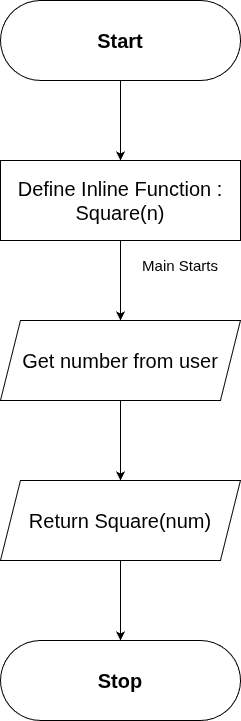
Above: ImplementInline/FlowchartInlineFn.drawio.png in VIGNESHWAR2058/Record-3-and-4 (draw.io), before the change. Source tidied: cells renumbered, new cells last; positions are measured from the earlier drawing's top-left corner, leaving out a move shared by most shapes.
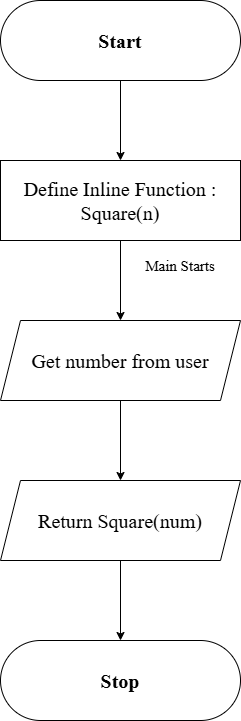
After the commit.

What changed in the source:
```diff
@@ -2,49 +2,49 @@
   <root>
     <mxCell id="0" />
     <mxCell id="1" parent="0" />
-    <mxCell id="2" style="rounded=1;whiteSpace=wrap;html=1;arcSize=50;fontStyle=1;" parent="1" vertex="1">
+    <mxCell id="2" style="rounded=1;whiteSpace=wrap;html=1;arcSize=50;fontStyle=1;fontFamily=Times New Roman;" parent="1" vertex="1">
       <mxGeometry width="240" height="80" as="geometry" />
     </mxCell>
-    <mxCell id="3" style="edgeStyle=orthogonalEdgeStyle;rounded=0;jettySize=auto;html=1;" parent="1" edge="1" source="4" target="7">
+    <mxCell id="3" style="edgeStyle=orthogonalEdgeStyle;rounded=0;jettySize=auto;html=1;fontFamily=Times New Roman;" parent="1" edge="1" source="4" target="7">
       <mxGeometry relative="1" as="geometry" />
     </mxCell>
-    <mxCell id="4" value="&lt;span&gt;Start&lt;/span&gt;" style="text;html=1;whiteSpace=wrap;strokeColor=none;fillColor=none;align=center;verticalAlign=middle;rounded=0;fontSize=20;fontStyle=1;" parent="1" vertex="1">
+    <mxCell id="4" value="&lt;span&gt;Start&lt;/span&gt;" style="text;html=1;whiteSpace=wrap;strokeColor=none;fillColor=none;align=center;verticalAlign=middle;rounded=0;fontSize=20;fontStyle=1;fontFamily=Times New Roman;" parent="1" vertex="1">
       <mxGeometry width="240" height="80" as="geometry" />
     </mxCell>
-    <mxCell id="5" style="rounded=0;whiteSpace=wrap;html=1;fontStyle=1;" parent="1" vertex="1">
+    <mxCell id="5" style="rounded=0;whiteSpace=wrap;html=1;fontStyle=1;fontFamily=Times New Roman;" parent="1" vertex="1">
       <mxGeometry y="160" width="240" height="80" as="geometry" />
     </mxCell>
-    <mxCell id="6" style="edgeStyle=orthogonalEdgeStyle;rounded=0;jettySize=auto;html=1;" parent="1" edge="1" source="7" target="11">
+    <mxCell id="6" style="edgeStyle=orthogonalEdgeStyle;rounded=0;jettySize=auto;html=1;fontFamily=Times New Roman;" parent="1" edge="1" source="7" target="11">
       <mxGeometry relative="1" as="geometry" />
     </mxCell>
-    <mxCell id="7" value="&lt;span style=&quot;font-weight: 400;&quot;&gt;Define Inline Function : Square(n)&lt;/span&gt;" style="text;html=1;whiteSpace=wrap;strokeColor=none;fillColor=none;align=center;verticalAlign=middle;rounded=0;fontSize=20;fontStyle=1;" parent="1" vertex="1">
+    <mxCell id="7" value="&lt;span style=&quot;font-weight: 400;&quot;&gt;Define Inline Function : Square(n)&lt;/span&gt;" style="text;html=1;whiteSpace=wrap;strokeColor=none;fillColor=none;align=center;verticalAlign=middle;rounded=0;fontSize=20;fontStyle=1;fontFamily=Times New Roman;" parent="1" vertex="1">
       <mxGeometry y="160" width="240" height="80" as="geometry" />
     </mxCell>
-    <mxCell id="8" value="&lt;font style=&quot;font-size: 15px;&quot;&gt;Main Starts&lt;/font&gt;" style="text;html=1;whiteSpace=wrap;strokeColor=none;fillColor=none;align=center;verticalAlign=middle;rounded=0;" parent="1" vertex="1">
+    <mxCell id="8" value="&lt;font style=&quot;font-size: 15px;&quot;&gt;Main Starts&lt;/font&gt;" style="text;html=1;whiteSpace=wrap;strokeColor=none;fillColor=none;align=center;verticalAlign=middle;rounded=0;fontFamily=Times New Roman;" parent="1" vertex="1">
       <mxGeometry x="120" y="250" width="120" height="30" as="geometry" />
     </mxCell>
-    <mxCell id="9" style="shape=parallelogram;perimeter=parallelogramPerimeter;whiteSpace=wrap;html=1;fixedSize=1;" parent="1" vertex="1">
+    <mxCell id="9" style="shape=parallelogram;perimeter=parallelogramPerimeter;whiteSpace=wrap;html=1;fixedSize=1;fontFamily=Times New Roman;" parent="1" vertex="1">
       <mxGeometry y="320" width="240" height="80" as="geometry" />
     </mxCell>
-    <mxCell id="10" style="edgeStyle=orthogonalEdgeStyle;rounded=0;jettySize=auto;html=1;" parent="1" edge="1" source="11" target="14">
+    <mxCell id="10" style="edgeStyle=orthogonalEdgeStyle;rounded=0;jettySize=auto;html=1;fontFamily=Times New Roman;" parent="1" edge="1" source="11" target="14">
       <mxGeometry relative="1" as="geometry" />
     </mxCell>
-    <mxCell id="11" value="&lt;span style=&quot;font-weight: 400;&quot;&gt;Get number from user&lt;/span&gt;" style="text;html=1;whiteSpace=wrap;strokeColor=none;fillColor=none;align=center;verticalAlign=middle;rounded=0;fontSize=20;fontStyle=1;" parent="1" vertex="1">
+    <mxCell id="11" value="&lt;span style=&quot;font-weight: 400;&quot;&gt;Get number from user&lt;/span&gt;" style="text;html=1;whiteSpace=wrap;strokeColor=none;fillColor=none;align=center;verticalAlign=middle;rounded=0;fontSize=20;fontStyle=1;fontFamily=Times New Roman;" parent="1" vertex="1">
       <mxGeometry y="320" width="240" height="80" as="geometry" />
     </mxCell>
-    <mxCell id="12" style="shape=parallelogram;perimeter=parallelogramPerimeter;whiteSpace=wrap;html=1;fixedSize=1;" parent="1" vertex="1">
+    <mxCell id="12" style="shape=parallelogram;perimeter=parallelogramPerimeter;whiteSpace=wrap;html=1;fixedSize=1;fontFamily=Times New Roman;" parent="1" vertex="1">
       <mxGeometry y="480" width="240" height="80" as="geometry" />
     </mxCell>
-    <mxCell id="13" style="edgeStyle=orthogonalEdgeStyle;rounded=0;jettySize=auto;html=1;" parent="1" edge="1" source="14" target="16">
+    <mxCell id="13" style="edgeStyle=orthogonalEdgeStyle;rounded=0;jettySize=auto;html=1;fontFamily=Times New Roman;" parent="1" edge="1" source="14" target="16">
       <mxGeometry relative="1" as="geometry" />
     </mxCell>
-    <mxCell id="14" value="&lt;span style=&quot;font-weight: 400;&quot;&gt;Return Square(num)&lt;/span&gt;" style="text;html=1;whiteSpace=wrap;strokeColor=none;fillColor=none;align=center;verticalAlign=middle;rounded=0;fontSize=20;fontStyle=1;" parent="1" vertex="1">
+    <mxCell id="14" value="&lt;span style=&quot;font-weight: 400;&quot;&gt;Return Square(num)&lt;/span&gt;" style="text;html=1;whiteSpace=wrap;strokeColor=none;fillColor=none;align=center;verticalAlign=middle;rounded=0;fontSize=20;fontStyle=1;fontFamily=Times New Roman;" parent="1" vertex="1">
       <mxGeometry y="480" width="240" height="80" as="geometry" />
     </mxCell>
-    <mxCell id="15" style="rounded=1;whiteSpace=wrap;html=1;arcSize=50;fontStyle=1;" parent="1" vertex="1">
+    <mxCell id="15" style="rounded=1;whiteSpace=wrap;html=1;arcSize=50;fontStyle=1;fontFamily=Times New Roman;" parent="1" vertex="1">
       <mxGeometry y="640" width="240" height="80" as="geometry" />
     </mxCell>
-    <mxCell id="16" value="Stop" style="text;html=1;whiteSpace=wrap;strokeColor=none;fillColor=none;align=center;verticalAlign=middle;rounded=0;fontSize=20;fontStyle=1;" parent="1" vertex="1">
+    <mxCell id="16" value="Stop" style="text;html=1;whiteSpace=wrap;strokeColor=none;fillColor=none;align=center;verticalAlign=middle;rounded=0;fontSize=20;fontStyle=1;fontFamily=Times New Roman;" parent="1" vertex="1">
       <mxGeometry y="640" width="240" height="80" as="geometry" />
     </mxCell>
   </root>
```
